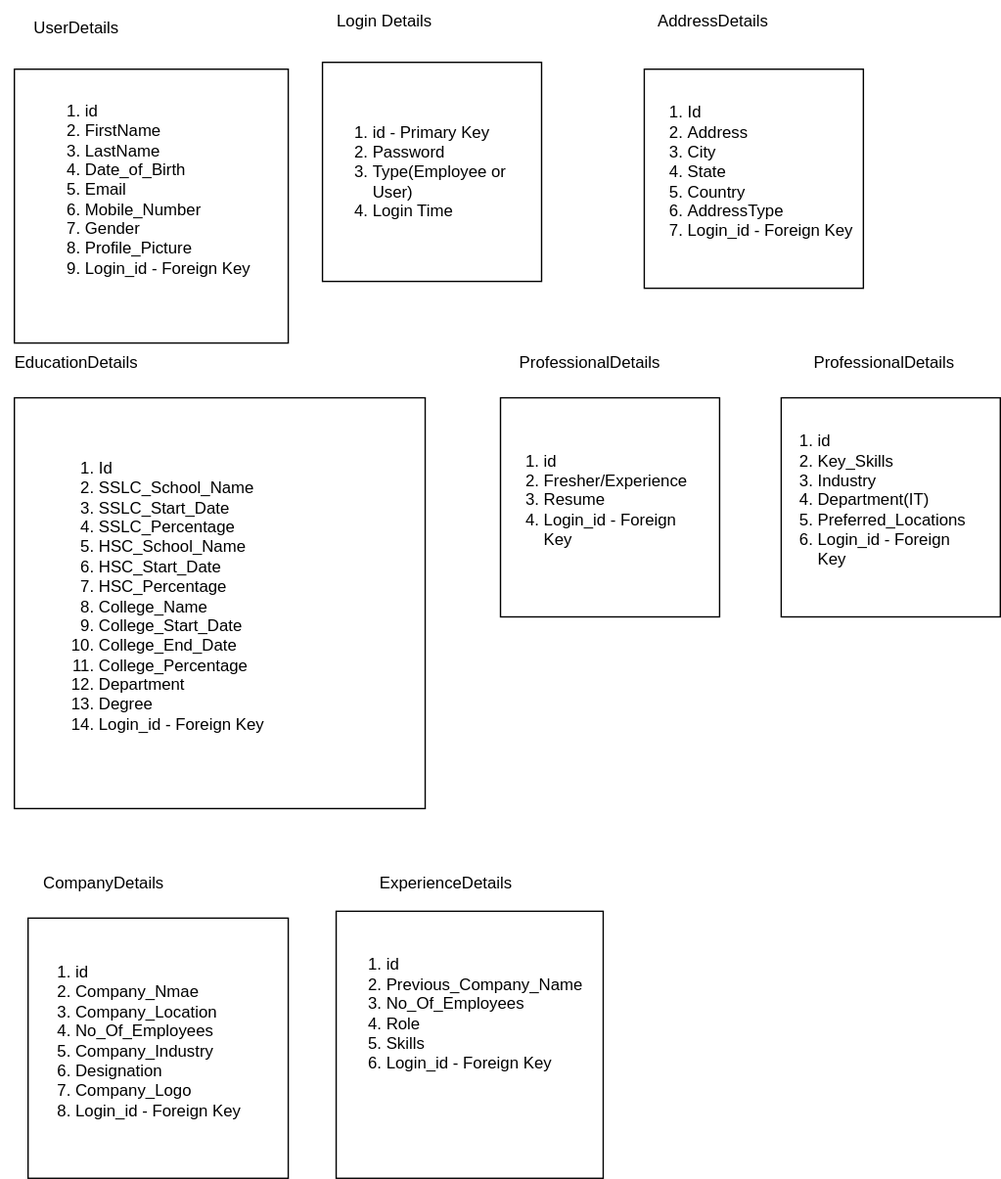
Above: fieldmaping.drawio.svg in JobPortal006/backend (draw.io), before the change. Source tidied: cells renumbered, new cells last; positions are measured from the earlier drawing's top-left corner, leaving out a move shared by most shapes.
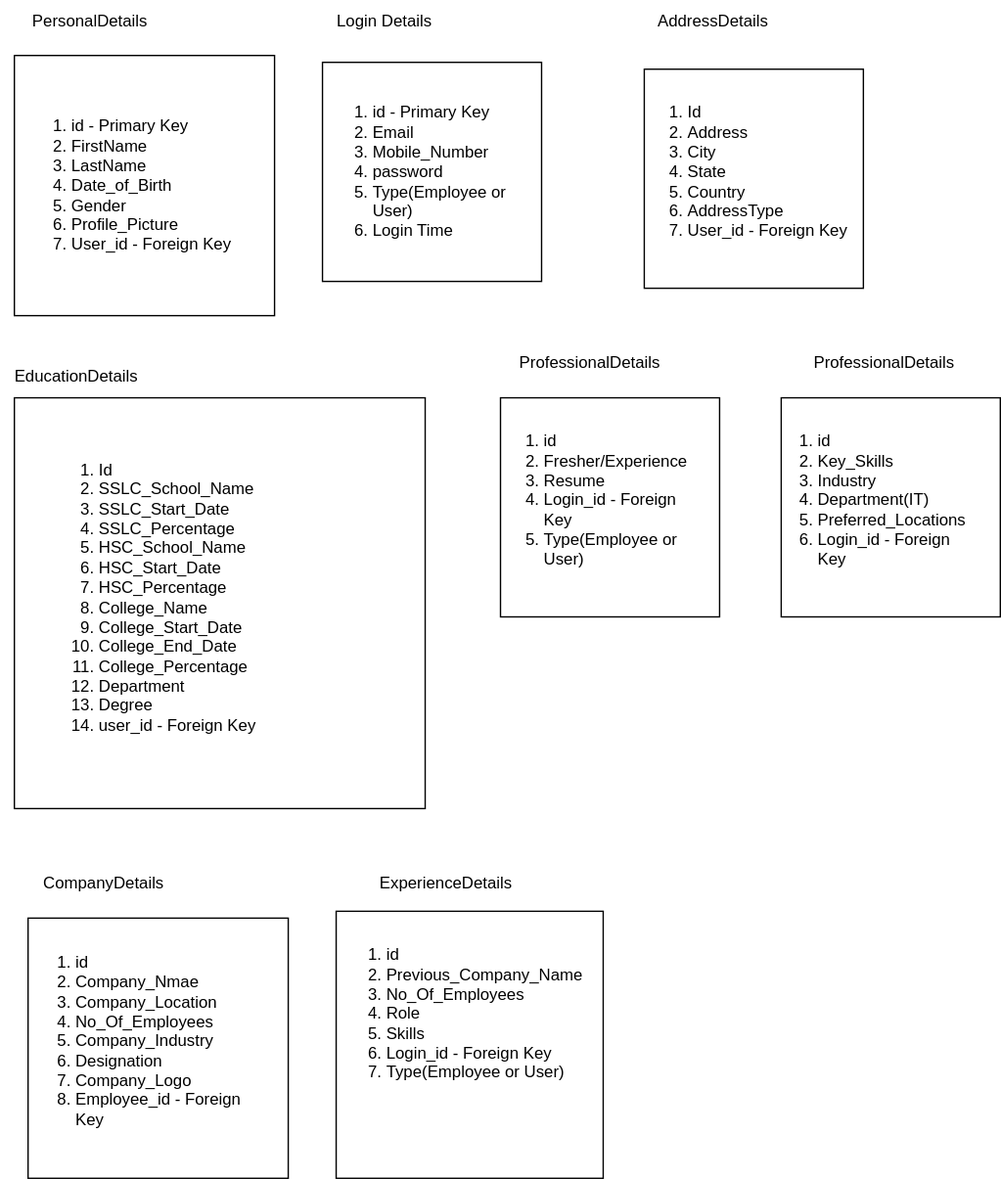
After the commit.

What changed in the source:
```diff
@@ -3,24 +3,24 @@
     <mxCell id="0" />
     <mxCell id="1" parent="0" />
     <mxCell id="2" style="whiteSpace=wrap;html=1;" parent="1" vertex="1">
-      <mxGeometry x="10" y="50" width="200" height="200" as="geometry" />
+      <mxGeometry x="10" y="40" width="190" height="190" as="geometry" />
     </mxCell>
-    <mxCell id="3" value="&lt;ol&gt;&lt;li&gt;id&lt;/li&gt;&lt;li&gt;FirstName&lt;/li&gt;&lt;li&gt;LastName&lt;/li&gt;&lt;li&gt;Date_of_Birth&lt;/li&gt;&lt;li&gt;Email&lt;/li&gt;&lt;li&gt;Mobile_Number&lt;/li&gt;&lt;li&gt;Gender&lt;/li&gt;&lt;li&gt;Profile_Picture&lt;/li&gt;&lt;li&gt;Login_id - Foreign Key&lt;/li&gt;&lt;/ol&gt;" style="text;strokeColor=none;fillColor=none;html=1;whiteSpace=wrap;verticalAlign=middle;overflow=hidden;" parent="1" vertex="1">
-      <mxGeometry x="20" y="40" width="170" height="195" as="geometry" />
+    <mxCell id="3" value="&lt;ol&gt;&lt;li&gt;id - Primary Key&lt;/li&gt;&lt;li&gt;FirstName&lt;/li&gt;&lt;li&gt;LastName&lt;/li&gt;&lt;li&gt;Date_of_Birth&lt;/li&gt;&lt;li&gt;Gender&lt;/li&gt;&lt;li&gt;Profile_Picture&lt;/li&gt;&lt;li&gt;User_id - Foreign Key&lt;/li&gt;&lt;/ol&gt;" style="text;strokeColor=none;fillColor=none;html=1;whiteSpace=wrap;verticalAlign=middle;overflow=hidden;" parent="1" vertex="1">
+      <mxGeometry x="10" y="40" width="170" height="190" as="geometry" />
     </mxCell>
-    <mxCell id="4" value="UserDetails" style="text;html=1;align=center;verticalAlign=middle;strokeColor=none;fillColor=none;" parent="1" vertex="1">
-      <mxGeometry x="10" y="5" width="90" height="30" as="geometry" />
+    <mxCell id="4" value="PersonalDetails" style="text;html=1;align=center;verticalAlign=middle;strokeColor=none;fillColor=none;" parent="1" vertex="1">
+      <mxGeometry x="10" width="110" height="30" as="geometry" />
     </mxCell>
     <mxCell id="5" style="whiteSpace=wrap;html=1;" parent="1" vertex="1">
       <mxGeometry x="235" y="45" width="160" height="160" as="geometry" />
     </mxCell>
-    <mxCell id="6" value="&lt;ol&gt;&lt;li&gt;id - Primary Key&lt;/li&gt;&lt;li&gt;Password&lt;/li&gt;&lt;li&gt;Type(Employee or User)&lt;/li&gt;&lt;li&gt;Login Time&lt;/li&gt;&lt;/ol&gt;" style="text;strokeColor=none;fillColor=none;html=1;whiteSpace=wrap;verticalAlign=middle;overflow=hidden;" parent="1" vertex="1">
+    <mxCell id="6" value="&lt;ol&gt;&lt;li&gt;id - Primary Key&lt;/li&gt;&lt;li&gt;Email&lt;/li&gt;&lt;li&gt;Mobile_Number&lt;/li&gt;&lt;li&gt;password&lt;/li&gt;&lt;li&gt;Type(Employee or User)&lt;/li&gt;&lt;li&gt;Login Time&lt;/li&gt;&lt;/ol&gt;" style="text;strokeColor=none;fillColor=none;html=1;whiteSpace=wrap;verticalAlign=middle;overflow=hidden;" parent="1" vertex="1">
       <mxGeometry x="230" y="40" width="140" height="170" as="geometry" />
     </mxCell>
     <mxCell id="7" style="whiteSpace=wrap;html=1;" parent="1" vertex="1">
       <mxGeometry x="470" y="50" width="160" height="160" as="geometry" />
     </mxCell>
-    <mxCell id="8" value="&lt;ol&gt;&lt;li&gt;Id&lt;/li&gt;&lt;li&gt;Address&lt;/li&gt;&lt;li&gt;City&lt;/li&gt;&lt;li&gt;State&lt;/li&gt;&lt;li&gt;Country&lt;/li&gt;&lt;li&gt;AddressType&lt;/li&gt;&lt;li&gt;Login_id - Foreign Key&lt;/li&gt;&lt;/ol&gt;" style="text;strokeColor=none;fillColor=none;html=1;whiteSpace=wrap;verticalAlign=middle;overflow=hidden;" parent="1" vertex="1">
+    <mxCell id="8" value="&lt;ol&gt;&lt;li&gt;Id&lt;/li&gt;&lt;li&gt;Address&lt;/li&gt;&lt;li&gt;City&lt;/li&gt;&lt;li&gt;State&lt;/li&gt;&lt;li&gt;Country&lt;/li&gt;&lt;li&gt;AddressType&lt;/li&gt;&lt;li&gt;User_id - Foreign Key&lt;/li&gt;&lt;/ol&gt;" style="text;strokeColor=none;fillColor=none;html=1;whiteSpace=wrap;verticalAlign=middle;overflow=hidden;" parent="1" vertex="1">
       <mxGeometry x="460" y="40" width="170" height="170" as="geometry" />
     </mxCell>
     <mxCell id="9" value="Login Details" style="text;html=1;align=center;verticalAlign=middle;strokeColor=none;fillColor=none;" parent="1" vertex="1">
@@ -30,13 +30,13 @@
       <mxGeometry x="470" width="100" height="30" as="geometry" />
     </mxCell>
     <mxCell id="11" value="EducationDetails" style="text;html=1;align=center;verticalAlign=middle;strokeColor=none;fillColor=none;" parent="1" vertex="1">
-      <mxGeometry y="250" width="110" height="30" as="geometry" />
+      <mxGeometry y="260" width="110" height="30" as="geometry" />
     </mxCell>
     <mxCell id="12" style="whiteSpace=wrap;html=1;" parent="1" vertex="1">
       <mxGeometry x="10" y="290" width="300" height="300" as="geometry" />
     </mxCell>
-    <mxCell id="13" value="&lt;ol&gt;&lt;li&gt;Id&lt;/li&gt;&lt;li&gt;SSLC_School_Name&lt;/li&gt;&lt;li&gt;SSLC_Start_Date&lt;/li&gt;&lt;li&gt;SSLC_Percentage&lt;/li&gt;&lt;li&gt;HSC_School_Name&lt;/li&gt;&lt;li&gt;HSC_Start_Date&lt;/li&gt;&lt;li&gt;HSC_Percentage&lt;/li&gt;&lt;li&gt;College_Name&lt;/li&gt;&lt;li&gt;College_Start_Date&lt;/li&gt;&lt;li&gt;College_End_Date&lt;/li&gt;&lt;li&gt;College_Percentage&lt;/li&gt;&lt;li&gt;Department&lt;/li&gt;&lt;li&gt;Degree&lt;/li&gt;&lt;li&gt;Login_id - Foreign Key&lt;/li&gt;&lt;/ol&gt;" style="text;strokeColor=none;fillColor=none;html=1;whiteSpace=wrap;verticalAlign=middle;overflow=hidden;" parent="1" vertex="1">
-      <mxGeometry x="30" y="280" width="200" height="310" as="geometry" />
+    <mxCell id="13" value="&lt;ol&gt;&lt;li&gt;Id&lt;/li&gt;&lt;li&gt;SSLC_School_Name&lt;/li&gt;&lt;li&gt;SSLC_Start_Date&lt;/li&gt;&lt;li&gt;SSLC_Percentage&lt;/li&gt;&lt;li&gt;HSC_School_Name&lt;/li&gt;&lt;li&gt;HSC_Start_Date&lt;/li&gt;&lt;li&gt;HSC_Percentage&lt;/li&gt;&lt;li&gt;College_Name&lt;/li&gt;&lt;li&gt;College_Start_Date&lt;/li&gt;&lt;li&gt;College_End_Date&lt;/li&gt;&lt;li&gt;College_Percentage&lt;/li&gt;&lt;li&gt;Department&lt;/li&gt;&lt;li&gt;Degree&lt;/li&gt;&lt;li&gt;user_id - Foreign Key&lt;/li&gt;&lt;/ol&gt;" style="text;strokeColor=none;fillColor=none;html=1;whiteSpace=wrap;verticalAlign=middle;overflow=hidden;" parent="1" vertex="1">
+      <mxGeometry x="30" y="281" width="200" height="310" as="geometry" />
     </mxCell>
     <mxCell id="14" value="ProfessionalDetails" style="text;html=1;align=center;verticalAlign=middle;strokeColor=none;fillColor=none;" parent="1" vertex="1">
       <mxGeometry x="365" y="250" width="130" height="30" as="geometry" />
@@ -44,7 +44,7 @@
     <mxCell id="15" style="whiteSpace=wrap;html=1;" parent="1" vertex="1">
       <mxGeometry x="365" y="290" width="160" height="160" as="geometry" />
     </mxCell>
-    <mxCell id="16" value="&lt;ol&gt;&lt;li&gt;id&lt;/li&gt;&lt;li&gt;Fresher/Experience&lt;/li&gt;&lt;li&gt;Resume&lt;/li&gt;&lt;li&gt;Login_id - Foreign Key&lt;/li&gt;&lt;/ol&gt;" style="text;strokeColor=none;fillColor=none;html=1;whiteSpace=wrap;verticalAlign=middle;overflow=hidden;" parent="1" vertex="1">
+    <mxCell id="16" value="&lt;ol&gt;&lt;li&gt;id&lt;/li&gt;&lt;li&gt;Fresher/Experience&lt;/li&gt;&lt;li&gt;Resume&lt;/li&gt;&lt;li&gt;Login_id - Foreign Key&lt;/li&gt;&lt;li&gt;Type(Employee or User)&lt;/li&gt;&lt;/ol&gt;" style="text;strokeColor=none;fillColor=none;html=1;whiteSpace=wrap;verticalAlign=middle;overflow=hidden;" parent="1" vertex="1">
       <mxGeometry x="355" y="280" width="155" height="170" as="geometry" />
     </mxCell>
     <mxCell id="17" value="ProfessionalDetails" style="text;html=1;align=center;verticalAlign=middle;strokeColor=none;fillColor=none;" parent="1" vertex="1">
@@ -62,7 +62,7 @@
     <mxCell id="21" style="whiteSpace=wrap;html=1;" parent="1" vertex="1">
       <mxGeometry x="20" y="670" width="190" height="190" as="geometry" />
     </mxCell>
-    <mxCell id="22" value="&lt;ol&gt;&lt;li&gt;id&lt;/li&gt;&lt;li&gt;Company_Nmae&lt;/li&gt;&lt;li&gt;Company_Location&lt;/li&gt;&lt;li&gt;No_Of_Employees&lt;/li&gt;&lt;li&gt;Company_Industry&lt;/li&gt;&lt;li&gt;Designation&lt;/li&gt;&lt;li&gt;Company_Logo&lt;/li&gt;&lt;li&gt;Login_id - Foreign Key&lt;/li&gt;&lt;/ol&gt;" style="text;strokeColor=none;fillColor=none;html=1;whiteSpace=wrap;verticalAlign=middle;overflow=hidden;" parent="1" vertex="1">
+    <mxCell id="22" value="&lt;ol&gt;&lt;li&gt;id&lt;/li&gt;&lt;li&gt;Company_Nmae&lt;/li&gt;&lt;li&gt;Company_Location&lt;/li&gt;&lt;li&gt;No_Of_Employees&lt;/li&gt;&lt;li&gt;Company_Industry&lt;/li&gt;&lt;li&gt;Designation&lt;/li&gt;&lt;li&gt;Company_Logo&lt;/li&gt;&lt;li&gt;Employee_id - Foreign Key&lt;/li&gt;&lt;/ol&gt;" style="text;strokeColor=none;fillColor=none;html=1;whiteSpace=wrap;verticalAlign=middle;overflow=hidden;" parent="1" vertex="1">
       <mxGeometry x="12.5" y="660" width="177.5" height="200" as="geometry" />
     </mxCell>
     <mxCell id="23" value="ExperienceDetails" style="text;html=1;align=center;verticalAlign=middle;strokeColor=none;fillColor=none;" parent="1" vertex="1">
@@ -71,7 +71,7 @@
     <mxCell id="24" style="whiteSpace=wrap;html=1;" parent="1" vertex="1">
       <mxGeometry x="245" y="665" width="195" height="195" as="geometry" />
     </mxCell>
-    <mxCell id="25" value="&lt;ol&gt;&lt;li&gt;id&lt;/li&gt;&lt;li&gt;Previous_Company_Name&lt;/li&gt;&lt;li&gt;No_Of_Employees&lt;/li&gt;&lt;li&gt;Role&lt;/li&gt;&lt;li&gt;Skills&lt;/li&gt;&lt;li&gt;Login_id - Foreign Key&lt;/li&gt;&lt;/ol&gt;" style="text;strokeColor=none;fillColor=none;html=1;whiteSpace=wrap;verticalAlign=middle;overflow=hidden;" parent="1" vertex="1">
+    <mxCell id="25" value="&lt;ol&gt;&lt;li&gt;id&lt;/li&gt;&lt;li&gt;Previous_Company_Name&lt;/li&gt;&lt;li&gt;No_Of_Employees&lt;/li&gt;&lt;li&gt;Role&lt;/li&gt;&lt;li&gt;Skills&lt;/li&gt;&lt;li&gt;Login_id - Foreign Key&lt;/li&gt;&lt;li&gt;Type(Employee or User)&lt;/li&gt;&lt;/ol&gt;" style="text;strokeColor=none;fillColor=none;html=1;whiteSpace=wrap;verticalAlign=middle;overflow=hidden;" parent="1" vertex="1">
       <mxGeometry x="240" y="655" width="190" height="170" as="geometry" />
     </mxCell>
   </root>
```
